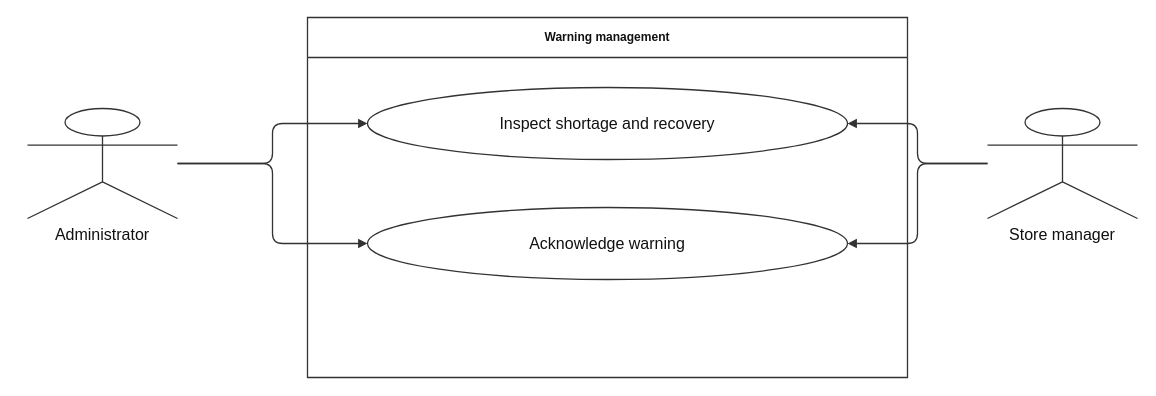
ZeroRegister/SupermarketsSystem keeps this draw.io diagram as thesis/figure-assets/diagrams/04-uc-warning.drawio. Above is the earlier version. Source tidied: cells renumbered, new cells numbered last; positions are measured from the earlier drawing's top-left corner, leaving out a move shared by most shapes. Both pictures are drawn from the tidied source at 100%, with x=0, y=0 at pixel (27, 17).
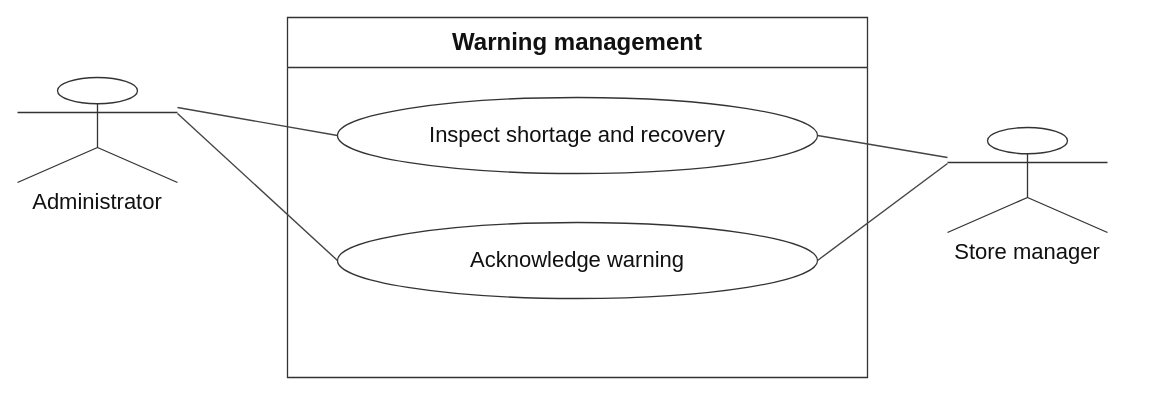
The same diagram, later.

The edit, as a diff of the source:
```diff
@@
 <mxGraphModel background="#ffffff">
   <root>
     <mxCell id="0" />
     <mxCell id="1" parent="0" />
-    <mxCell id="2" value="Warning management" style="whiteSpace=wrap;html=1;fontFamily=Arial;fontSize=16;fontColor=#111111;strokeColor=#333333;strokeWidth=1.3;rounded=0;fillColor=#ffffff;swimlane;startSize=40;fontStyle=1;" parent="1" vertex="1">
-      <mxGeometry x="280" width="600" height="360" as="geometry" />
+    <mxCell id="2" value="Warning management" style="whiteSpace=wrap;html=1;fontFamily=Arial;fontSize=22;fontColor=#111111;strokeColor=#333333;strokeWidth=1.3;rounded=0;fillColor=#ffffff;swimlane;startSize=50;fontStyle=1;fontSize=24;fontSize=24;" parent="1" vertex="1">
+      <mxGeometry x="260" width="580" height="360" as="geometry" />
     </mxCell>
-    <mxCell id="3" value="Inspect shortage and recovery" style="whiteSpace=wrap;html=1;fontFamily=Arial;fontSize=16;fontColor=#111111;strokeColor=#333333;strokeWidth=1.3;rounded=0;fillColor=#ffffff;ellipse;" parent="2" vertex="1">
-      <mxGeometry x="60" y="70" width="480" height="72" as="geometry" />
+    <mxCell id="3" value="Inspect shortage and recovery" style="whiteSpace=wrap;html=1;fontFamily=Arial;fontSize=22;fontColor=#111111;strokeColor=#333333;strokeWidth=1.3;rounded=0;fillColor=#ffffff;ellipse;fontSize=22;" parent="1" vertex="1">
+      <mxGeometry x="310" y="80" width="480" height="76" as="geometry" />
     </mxCell>
-    <mxCell id="4" value="Acknowledge warning" style="whiteSpace=wrap;html=1;fontFamily=Arial;fontSize=16;fontColor=#111111;strokeColor=#333333;strokeWidth=1.3;rounded=0;fillColor=#ffffff;ellipse;" parent="2" vertex="1">
-      <mxGeometry x="60" y="190" width="480" height="72" as="geometry" />
+    <mxCell id="4" value="Acknowledge warning" style="whiteSpace=wrap;html=1;fontFamily=Arial;fontSize=22;fontColor=#111111;strokeColor=#333333;strokeWidth=1.3;rounded=0;fillColor=#ffffff;ellipse;fontSize=22;" parent="1" vertex="1">
+      <mxGeometry x="310" y="205" width="480" height="76" as="geometry" />
     </mxCell>
-    <mxCell id="5" value="Administrator" style="whiteSpace=wrap;html=1;fontFamily=Arial;fontSize=16;fontColor=#111111;strokeColor=#333333;strokeWidth=1.3;rounded=0;fillColor=#ffffff;shape=umlActor;verticalLabelPosition=bottom;verticalAlign=top;" parent="1" vertex="1">
-      <mxGeometry y="91" width="150" height="110" as="geometry" />
+    <mxCell id="5" value="Administrator" style="whiteSpace=wrap;html=1;fontFamily=Arial;fontSize=22;fontColor=#111111;strokeColor=#333333;strokeWidth=1.3;rounded=0;fillColor=#ffffff;shape=umlActor;verticalLabelPosition=bottom;verticalAlign=top;fontSize=22;fontSize=22;" parent="1" vertex="1">
+      <mxGeometry x="-10" y="60" width="160" height="105" as="geometry" />
     </mxCell>
-    <mxCell id="6" style="whiteSpace=wrap;html=1;fontFamily=Arial;fontSize=16;fontColor=#111111;strokeColor=#333333;strokeWidth=1.3;edgeStyle=orthogonalEdgeStyle;rounded=1;jettySize=auto;fontSize=13;whiteSpace=nowrap;labelBackgroundColor=#ffffff;endArrow=block;endFill=1;edgeStyle=orthogonalEdgeStyle;rounded=1;jettySize=auto;exitX=1;exitY=0.5;entryX=0;entryY=0.5;" parent="1" edge="1" source="5" target="3">
-      <mxGeometry relative="1" as="geometry" />
+    <mxCell id="6" style="html=1;rounded=0;strokeColor=#444444;strokeWidth=1.4;endArrow=none;endFill=1;" parent="1" edge="1">
+      <mxGeometry relative="1" as="geometry">
+        <mxPoint x="150" y="90" as="sourcePoint" />
+        <mxPoint x="310" y="118" as="targetPoint" />
+      </mxGeometry>
     </mxCell>
-    <mxCell id="7" style="whiteSpace=wrap;html=1;fontFamily=Arial;fontSize=16;fontColor=#111111;strokeColor=#333333;strokeWidth=1.3;edgeStyle=orthogonalEdgeStyle;rounded=1;jettySize=auto;fontSize=13;whiteSpace=nowrap;labelBackgroundColor=#ffffff;endArrow=block;endFill=1;edgeStyle=orthogonalEdgeStyle;rounded=1;jettySize=auto;exitX=1;exitY=0.5;entryX=0;entryY=0.5;" parent="1" edge="1" source="5" target="4">
-      <mxGeometry relative="1" as="geometry" />
+    <mxCell id="7" style="html=1;rounded=0;strokeColor=#444444;strokeWidth=1.4;endArrow=none;endFill=1;" parent="1" edge="1">
+      <mxGeometry relative="1" as="geometry">
+        <mxPoint x="150" y="96" as="sourcePoint" />
+        <mxPoint x="310" y="243" as="targetPoint" />
+      </mxGeometry>
     </mxCell>
-    <mxCell id="8" value="Store manager" style="whiteSpace=wrap;html=1;fontFamily=Arial;fontSize=16;fontColor=#111111;strokeColor=#333333;strokeWidth=1.3;rounded=0;fillColor=#ffffff;shape=umlActor;verticalLabelPosition=bottom;verticalAlign=top;" parent="1" vertex="1">
-      <mxGeometry x="960" y="91" width="150" height="110" as="geometry" />
+    <mxCell id="8" value="Store manager" style="whiteSpace=wrap;html=1;fontFamily=Arial;fontSize=22;fontColor=#111111;strokeColor=#333333;strokeWidth=1.3;rounded=0;fillColor=#ffffff;shape=umlActor;verticalLabelPosition=bottom;verticalAlign=top;fontSize=22;fontSize=22;" parent="1" vertex="1">
+      <mxGeometry x="920" y="110" width="160" height="105" as="geometry" />
     </mxCell>
-    <mxCell id="9" style="whiteSpace=wrap;html=1;fontFamily=Arial;fontSize=16;fontColor=#111111;strokeColor=#333333;strokeWidth=1.3;edgeStyle=orthogonalEdgeStyle;rounded=1;jettySize=auto;fontSize=13;whiteSpace=nowrap;labelBackgroundColor=#ffffff;endArrow=block;endFill=1;edgeStyle=orthogonalEdgeStyle;rounded=1;jettySize=auto;exitX=0;exitY=0.5;entryX=1;entryY=0.5;" parent="1" edge="1" source="8" target="3">
-      <mxGeometry relative="1" as="geometry" />
+    <mxCell id="9" style="html=1;rounded=0;strokeColor=#444444;strokeWidth=1.4;endArrow=none;endFill=1;" parent="1" edge="1">
+      <mxGeometry relative="1" as="geometry">
+        <mxPoint x="920" y="140" as="sourcePoint" />
+        <mxPoint x="790" y="118" as="targetPoint" />
+      </mxGeometry>
     </mxCell>
-    <mxCell id="10" style="whiteSpace=wrap;html=1;fontFamily=Arial;fontSize=16;fontColor=#111111;strokeColor=#333333;strokeWidth=1.3;edgeStyle=orthogonalEdgeStyle;rounded=1;jettySize=auto;fontSize=13;whiteSpace=nowrap;labelBackgroundColor=#ffffff;endArrow=block;endFill=1;edgeStyle=orthogonalEdgeStyle;rounded=1;jettySize=auto;exitX=0;exitY=0.5;entryX=1;entryY=0.5;" parent="1" edge="1" source="8" target="4">
-      <mxGeometry relative="1" as="geometry" />
+    <mxCell id="10" style="html=1;rounded=0;strokeColor=#444444;strokeWidth=1.4;endArrow=none;endFill=1;" parent="1" edge="1">
+      <mxGeometry relative="1" as="geometry">
+        <mxPoint x="920" y="146" as="sourcePoint" />
+        <mxPoint x="790" y="243" as="targetPoint" />
+      </mxGeometry>
     </mxCell>
   </root>
 </mxGraphModel>
```
